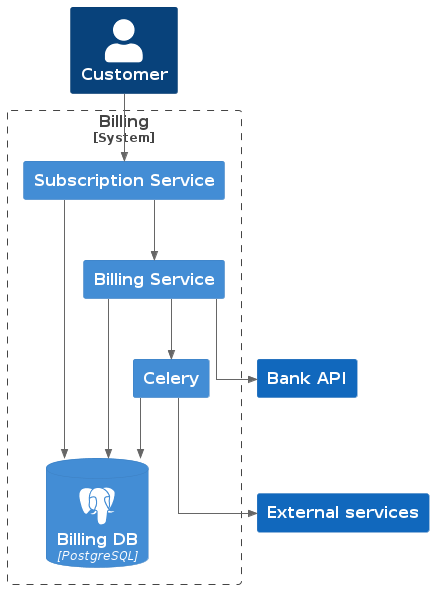
likeinlife-cinema-project/billing keeps this PlantUML diagram as diagrams/out/apps.png. Above is the earlier version.
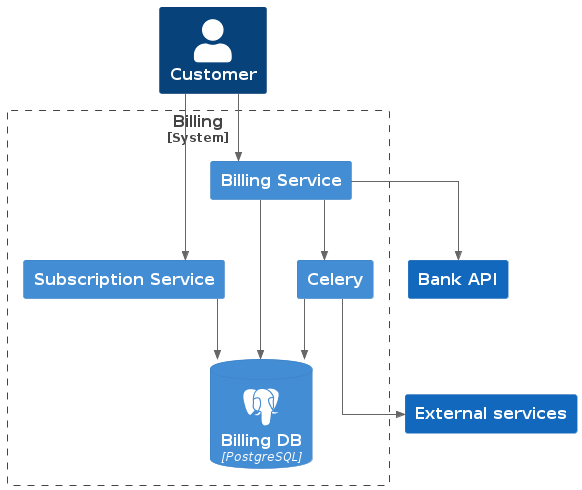
Above is the later version.

Diff of the diagram source:
```diff
@@ -20,7 +20,7 @@
 }
 
 Rel(customer, subscription_app, " ")
-Rel(subscription_app, billing_app, " ")
+Rel(customer, billing_app, " ")
 Rel(subscription_app, billing_db, " ")
 Rel(billing_app, billing_db, " ")
 Rel(billing_app, celery, " ")
```
